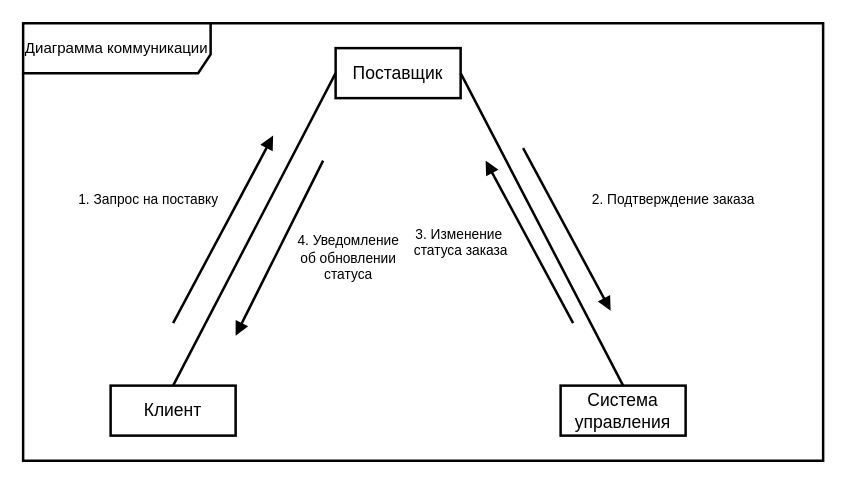
The draw.io diagram page "Page-3" (3 of 3) of 1.drawio in Helpmepleaseitishard/Aikms, before the edit. Source tidied: cells renumbered, new cells numbered last; positions are measured from the earlier drawing's top-left corner, leaving out a move shared by most shapes. Both pictures are drawn from the tidied source at 125%, with x=0, y=0 at pixel (22, 22).
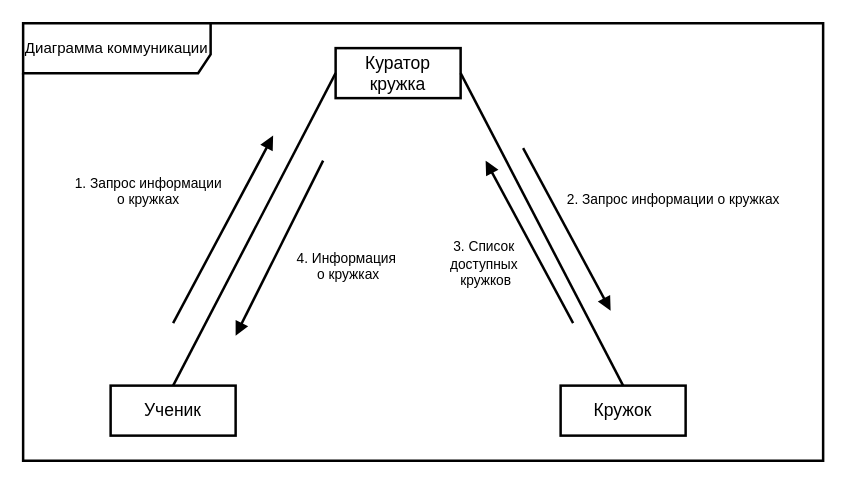
After the change.

Change to the diagram source:
```diff
@@
 <mxGraphModel>
   <root>
     <mxCell id="0" />
     <mxCell id="1" parent="0" />
-    <mxCell id="2" value="Клиент" style="html=1;whiteSpace=wrap;strokeWidth=2;fontSize=14;" parent="1" vertex="1">
+    <mxCell id="2" value="Ученик" style="html=1;whiteSpace=wrap;strokeWidth=2;fontSize=14;" parent="1" vertex="1">
       <mxGeometry x="70" y="290" width="100" height="40" as="geometry" />
     </mxCell>
-    <mxCell id="3" value="Поставщик" style="html=1;whiteSpace=wrap;strokeWidth=2;fontSize=14;" parent="1" vertex="1">
+    <mxCell id="3" value="Куратор кружка" style="html=1;whiteSpace=wrap;strokeWidth=2;fontSize=14;" parent="1" vertex="1">
       <mxGeometry x="250" y="20" width="100" height="40" as="geometry" />
     </mxCell>
-    <mxCell id="4" value="Система управления" style="html=1;whiteSpace=wrap;strokeWidth=2;fontSize=14;" parent="1" vertex="1">
+    <mxCell id="4" value="Кружок" style="html=1;whiteSpace=wrap;strokeWidth=2;fontSize=14;" parent="1" vertex="1">
       <mxGeometry x="430" y="290" width="100" height="40" as="geometry" />
     </mxCell>
     <mxCell id="5" style="html=1;verticalAlign=bottom;endArrow=none;curved=0;rounded=0;strokeWidth=2;startFill=0;entryX=0;entryY=0.5;entryDx=0;entryDy=0;exitX=0.5;exitY=0;exitDx=0;exitDy=0;" parent="1" edge="1" source="2" target="3">
       <mxGeometry relative="1" as="geometry" />
     </mxCell>
     <mxCell id="6" style="html=1;verticalAlign=bottom;endArrow=none;curved=0;rounded=0;strokeWidth=2;startFill=0;entryX=1;entryY=0.5;entryDx=0;entryDy=0;exitX=0.5;exitY=0;exitDx=0;exitDy=0;" parent="1" edge="1" source="4" target="3">
       <mxGeometry relative="1" as="geometry" />
     </mxCell>
-    <mxCell id="7" value="1. Запрос на поставку" style="html=1;verticalAlign=bottom;endArrow=block;curved=0;rounded=0;strokeWidth=2;startFill=0;exitX=0.5;exitY=0;exitDx=0;exitDy=0;endFill=1;" parent="1" edge="1">
+    <mxCell id="7" value="&lt;div&gt;1. Запрос информации&lt;/div&gt;&lt;div&gt;о кружках&lt;/div&gt;" style="html=1;verticalAlign=bottom;endArrow=block;curved=0;rounded=0;strokeWidth=2;startFill=0;exitX=0.5;exitY=0;exitDx=0;exitDy=0;endFill=1;" parent="1" edge="1">
       <mxGeometry x="-0.18" y="60" relative="1" as="geometry">
         <mxPoint x="120" y="240" as="sourcePoint" />
         <mxPoint x="200" y="90" as="targetPoint" />
       </mxGeometry>
     </mxCell>
-    <mxCell id="8" value="2. Подтверждение заказа" style="html=1;verticalAlign=bottom;endArrow=block;curved=0;rounded=0;strokeWidth=2;startFill=0;exitX=0.5;exitY=0;exitDx=0;exitDy=0;endFill=1;" parent="1" edge="1">
+    <mxCell id="8" value="2. Запрос информации о кружках" style="html=1;verticalAlign=bottom;endArrow=block;curved=0;rounded=0;strokeWidth=2;startFill=0;exitX=0.5;exitY=0;exitDx=0;exitDy=0;endFill=1;" parent="1" edge="1">
       <mxGeometry x="0.37" y="82" relative="1" as="geometry">
         <mxPoint x="400" y="100" as="sourcePoint" />
         <mxPoint x="470" y="230" as="targetPoint" />
       </mxGeometry>
     </mxCell>
-    <mxCell id="9" value="&lt;div&gt;3. Изменение&amp;nbsp;&lt;/div&gt;&lt;div&gt;статуса заказа&lt;/div&gt;" style="html=1;verticalAlign=bottom;endArrow=block;curved=0;rounded=0;strokeWidth=2;startFill=0;endFill=1;" parent="1" edge="1">
-      <mxGeometry x="0.17" y="56" relative="1" as="geometry">
+    <mxCell id="9" value="&lt;div&gt;3. Список&amp;nbsp;&lt;/div&gt;&lt;div&gt;доступных&amp;nbsp;&lt;/div&gt;&lt;div&gt;кружков&lt;/div&gt;" style="html=1;verticalAlign=bottom;endArrow=block;curved=0;rounded=0;strokeWidth=2;startFill=0;endFill=1;" parent="1" edge="1">
+      <mxGeometry x="-0.26" y="50" relative="1" as="geometry">
         <mxPoint x="440" y="240" as="sourcePoint" />
         <mxPoint x="370" y="110" as="targetPoint" />
       </mxGeometry>
     </mxCell>
-    <mxCell id="10" value="&lt;div&gt;4. Уведомление&lt;/div&gt;&lt;div&gt;&amp;nbsp;об обновлении&amp;nbsp;&lt;/div&gt;&lt;div&gt;статуса&lt;/div&gt;" style="html=1;verticalAlign=bottom;endArrow=block;curved=0;rounded=0;strokeWidth=2;startFill=0;endFill=1;" parent="1" edge="1">
+    <mxCell id="10" value="&lt;div&gt;4. Информация&amp;nbsp;&lt;/div&gt;&lt;div&gt;о кружках&lt;/div&gt;" style="html=1;verticalAlign=bottom;endArrow=block;curved=0;rounded=0;strokeWidth=2;startFill=0;endFill=1;" parent="1" edge="1">
       <mxGeometry x="0.03" y="63" relative="1" as="geometry">
         <mxPoint x="240" y="110" as="sourcePoint" />
         <mxPoint x="170" y="250" as="targetPoint" />
         <mxPoint y="-1" as="offset" />
       </mxGeometry>
     </mxCell>
     <mxCell id="11" value="Диаграмма коммуникации" style="shape=umlFrame;whiteSpace=wrap;html=1;width=150;height=40;strokeWidth=2;" parent="1" vertex="1">
       <mxGeometry width="640" height="350" as="geometry" />
     </mxCell>
   </root>
 </mxGraphModel>
```
